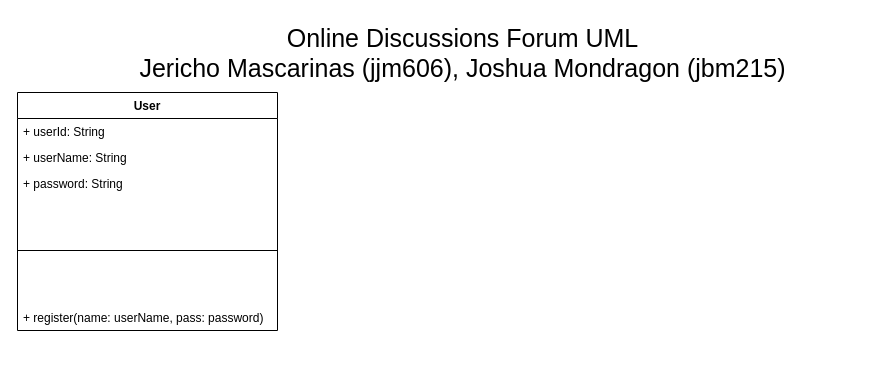
Before: CS213UML.drawio in jerichom23/SoftMethP2, a draw.io diagram. Source tidied: cells renumbered, new cells numbered last; positions are measured from the earlier drawing's top-left corner, leaving out a move shared by most shapes. Both pictures are drawn from the tidied source at 100%, with x=0, y=0 at pixel (17, 17).
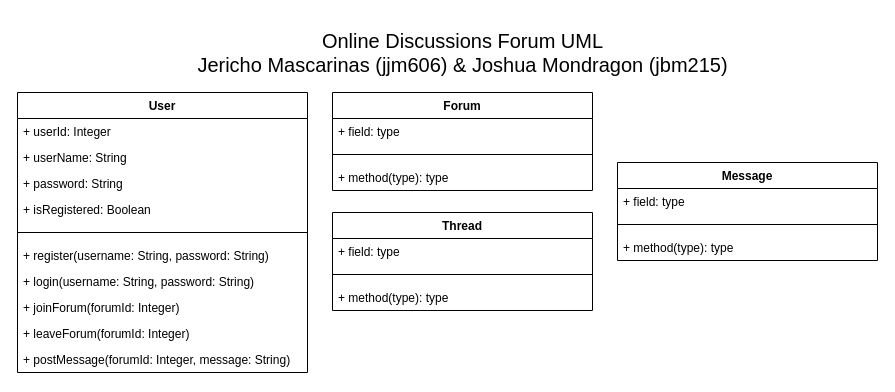
The same diagram, later.

Commit message:
Added some more stuff to User and created more classes

Change to the diagram source:
```diff
@@
-    <mxCell id="2" value="&lt;font style=&quot;font-size: 25px;&quot;&gt;Online Discussions Forum UML&lt;/font&gt;&lt;div&gt;&lt;font style=&quot;font-size: 25px;&quot;&gt;Jericho Mascarinas (jjm606), Joshua Mondragon (jbm215)&lt;/font&gt;&lt;/div&gt;" style="text;html=1;align=center;verticalAlign=middle;strokeColor=none;fillColor=none;" parent="1" vertex="1">
-      <mxGeometry x="110" width="670" height="70" as="geometry" />
+    <mxCell id="2" value="&lt;font style=&quot;font-size: 20px;&quot;&gt;Online Discussions Forum UML&lt;/font&gt;&lt;div&gt;&lt;font style=&quot;font-size: 20px;&quot;&gt;Jericho Mascarinas (jjm606) &amp;amp; Joshua Mondragon (jbm215)&lt;/font&gt;&lt;/div&gt;" style="text;html=1;align=center;verticalAlign=middle;strokeColor=none;fillColor=none;" parent="1" vertex="1">
+      <mxGeometry x="170" y="5" width="550" height="60" as="geometry" />
     </mxCell>
     <mxCell id="3" value="User" style="swimlane;fontStyle=1;align=center;verticalAlign=top;horizontal=1;startSize=26;whiteSpace=wrap;html=1;" parent="1" vertex="1">
-      <mxGeometry y="75" width="260" height="238" as="geometry" />
+      <mxGeometry y="75" width="290" height="280" as="geometry" />
     </mxCell>
-    <mxCell id="4" value="+ userId: String" style="text;strokeColor=none;fillColor=none;align=left;verticalAlign=top;spacingLeft=4;spacingRight=4;overflow=hidden;whiteSpace=wrap;html=1;" parent="3" vertex="1">
-      <mxGeometry y="26" width="260" height="26" as="geometry" />
+    <mxCell id="4" value="+ userId: Integer" style="text;strokeColor=none;fillColor=none;align=left;verticalAlign=top;spacingLeft=4;spacingRight=4;overflow=hidden;whiteSpace=wrap;html=1;" parent="3" vertex="1">
+      <mxGeometry y="26" width="290" height="26" as="geometry" />
     </mxCell>
     <mxCell id="5" value="+ userName: String" style="text;strokeColor=none;fillColor=none;align=left;verticalAlign=top;spacingLeft=4;spacingRight=4;overflow=hidden;whiteSpace=wrap;html=1;" parent="3" vertex="1">
-      <mxGeometry y="52" width="260" height="26" as="geometry" />
+      <mxGeometry y="52" width="290" height="26" as="geometry" />
     </mxCell>
     <mxCell id="6" value="+ password: String" style="text;strokeColor=none;fillColor=none;align=left;verticalAlign=top;spacingLeft=4;spacingRight=4;overflow=hidden;whiteSpace=wrap;html=1;" parent="3" vertex="1">
-      <mxGeometry y="78" width="260" height="26" as="geometry" />
+      <mxGeometry y="78" width="290" height="26" as="geometry" />
     </mxCell>
+    <mxCell id="9" value="+ isRegistered: Boolean" style="text;strokeColor=none;fillColor=none;align=left;verticalAlign=top;spacingLeft=4;spacingRight=4;overflow=hidden;whiteSpace=wrap;html=1;" parent="3" vertex="1">
+      <mxGeometry y="104" width="290" height="26" as="geometry" />
+    </mxCell>
     <mxCell id="7" style="line;strokeWidth=1;fillColor=none;align=left;verticalAlign=middle;spacingTop=-1;spacingLeft=3;spacingRight=3;labelPosition=right;strokeColor=inherit;" parent="3" vertex="1">
-      <mxGeometry y="104" width="260" height="108" as="geometry" />
+      <mxGeometry y="130" width="290" height="20" as="geometry" />
     </mxCell>
+    <mxCell id="10" value="+ register(username: String, password: String)" style="text;strokeColor=none;fillColor=none;align=left;verticalAlign=top;spacingLeft=4;spacingRight=4;overflow=hidden;whiteSpace=wrap;html=1;" parent="3" vertex="1">
+      <mxGeometry y="150" width="290" height="26" as="geometry" />
+    </mxCell>
-    <mxCell id="8" value="+ register(name: userName, pass: password)" style="text;strokeColor=none;fillColor=none;align=left;verticalAlign=top;spacingLeft=4;spacingRight=4;overflow=hidden;whiteSpace=wrap;html=1;" parent="3" vertex="1">
-      <mxGeometry y="212" width="260" height="26" as="geometry" />
+    <mxCell id="8" value="+ login(username: String, password: String)" style="text;strokeColor=none;fillColor=none;align=left;verticalAlign=top;spacingLeft=4;spacingRight=4;overflow=hidden;whiteSpace=wrap;html=1;" parent="3" vertex="1">
+      <mxGeometry y="176" width="290" height="26" as="geometry" />
     </mxCell>
+    <mxCell id="11" value="+ joinForum(forumId: Integer)" style="text;strokeColor=none;fillColor=none;align=left;verticalAlign=top;spacingLeft=4;spacingRight=4;overflow=hidden;whiteSpace=wrap;html=1;" parent="3" vertex="1">
+      <mxGeometry y="202" width="290" height="26" as="geometry" />
+    </mxCell>
+    <mxCell id="12" value="+ leaveForum(forumId: Integer)" style="text;strokeColor=none;fillColor=none;align=left;verticalAlign=top;spacingLeft=4;spacingRight=4;overflow=hidden;whiteSpace=wrap;html=1;" parent="3" vertex="1">
+      <mxGeometry y="228" width="290" height="26" as="geometry" />
+    </mxCell>
+    <mxCell id="13" value="+ postMessage(forumId: Integer, message: String)" style="text;strokeColor=none;fillColor=none;align=left;verticalAlign=top;spacingLeft=4;spacingRight=4;overflow=hidden;whiteSpace=wrap;html=1;" parent="3" vertex="1">
+      <mxGeometry y="254" width="290" height="26" as="geometry" />
+    </mxCell>
+    <mxCell id="14" value="Forum" style="swimlane;fontStyle=1;align=center;verticalAlign=top;horizontal=1;startSize=26;whiteSpace=wrap;html=1;" parent="1" vertex="1">
+      <mxGeometry x="315" y="75" width="260" height="98" as="geometry" />
+    </mxCell>
+    <mxCell id="15" value="+ field: type" style="text;strokeColor=none;fillColor=none;align=left;verticalAlign=top;spacingLeft=4;spacingRight=4;overflow=hidden;whiteSpace=wrap;html=1;" parent="14" vertex="1">
+      <mxGeometry y="26" width="260" height="26" as="geometry" />
+    </mxCell>
+    <mxCell id="16" style="line;strokeWidth=1;fillColor=none;align=left;verticalAlign=middle;spacingTop=-1;spacingLeft=3;spacingRight=3;labelPosition=right;strokeColor=inherit;" parent="14" vertex="1">
+      <mxGeometry y="52" width="260" height="20" as="geometry" />
+    </mxCell>
+    <mxCell id="17" value="+ method(type): type" style="text;strokeColor=none;fillColor=none;align=left;verticalAlign=top;spacingLeft=4;spacingRight=4;overflow=hidden;whiteSpace=wrap;html=1;" parent="14" vertex="1">
+      <mxGeometry y="72" width="260" height="26" as="geometry" />
+    </mxCell>
+    <mxCell id="18" value="Thread" style="swimlane;fontStyle=1;align=center;verticalAlign=top;horizontal=1;startSize=26;whiteSpace=wrap;html=1;" parent="1" vertex="1">
+      <mxGeometry x="315" y="195" width="260" height="98" as="geometry" />
+    </mxCell>
+    <mxCell id="19" value="+ field: type" style="text;strokeColor=none;fillColor=none;align=left;verticalAlign=top;spacingLeft=4;spacingRight=4;overflow=hidden;whiteSpace=wrap;html=1;" parent="18" vertex="1">
+      <mxGeometry y="26" width="260" height="26" as="geometry" />
+    </mxCell>
+    <mxCell id="20" style="line;strokeWidth=1;fillColor=none;align=left;verticalAlign=middle;spacingTop=-1;spacingLeft=3;spacingRight=3;labelPosition=right;strokeColor=inherit;" parent="18" vertex="1">
+      <mxGeometry y="52" width="260" height="20" as="geometry" />
+    </mxCell>
+    <mxCell id="21" value="+ method(type): type" style="text;strokeColor=none;fillColor=none;align=left;verticalAlign=top;spacingLeft=4;spacingRight=4;overflow=hidden;whiteSpace=wrap;html=1;" parent="18" vertex="1">
+      <mxGeometry y="72" width="260" height="26" as="geometry" />
+    </mxCell>
+    <mxCell id="22" value="Message" style="swimlane;fontStyle=1;align=center;verticalAlign=top;horizontal=1;startSize=26;whiteSpace=wrap;html=1;" parent="1" vertex="1">
+      <mxGeometry x="600" y="145" width="260" height="98" as="geometry" />
+    </mxCell>
+    <mxCell id="23" value="+ field: type" style="text;strokeColor=none;fillColor=none;align=left;verticalAlign=top;spacingLeft=4;spacingRight=4;overflow=hidden;whiteSpace=wrap;html=1;" parent="22" vertex="1">
+      <mxGeometry y="26" width="260" height="26" as="geometry" />
+    </mxCell>
+    <mxCell id="24" style="line;strokeWidth=1;fillColor=none;align=left;verticalAlign=middle;spacingTop=-1;spacingLeft=3;spacingRight=3;labelPosition=right;strokeColor=inherit;" parent="22" vertex="1">
+      <mxGeometry y="52" width="260" height="20" as="geometry" />
+    </mxCell>
+    <mxCell id="25" value="+ method(type): type" style="text;strokeColor=none;fillColor=none;align=left;verticalAlign=top;spacingLeft=4;spacingRight=4;overflow=hidden;whiteSpace=wrap;html=1;" parent="22" vertex="1">
+      <mxGeometry y="72" width="260" height="26" as="geometry" />
+    </mxCell>
```
